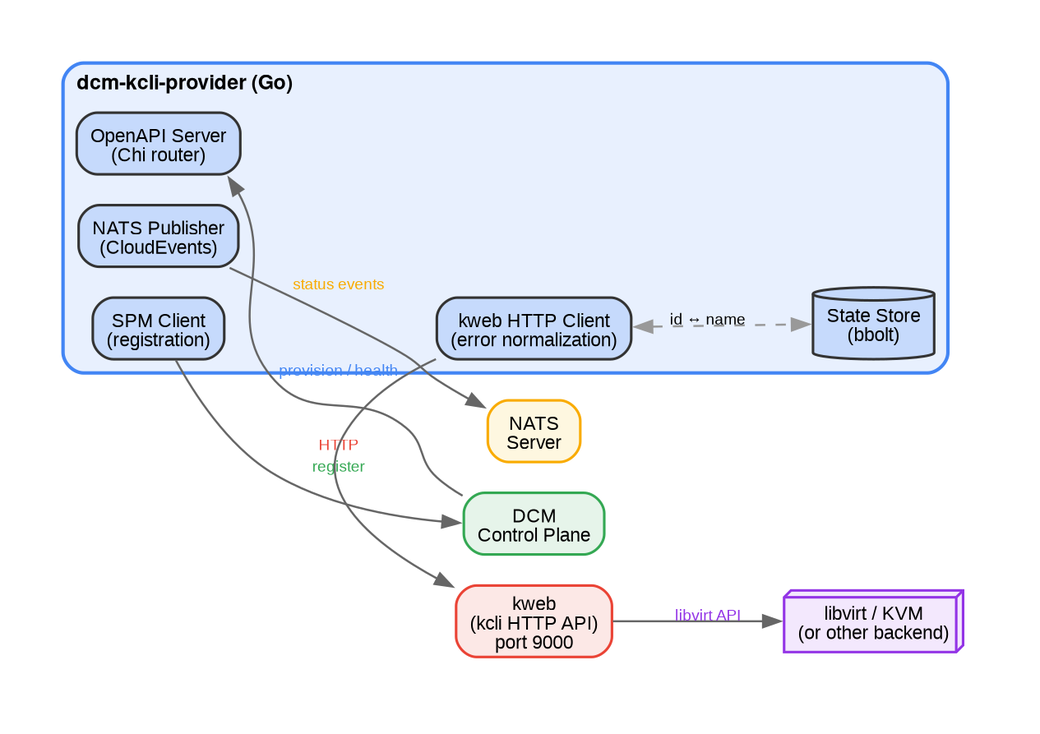
Earlier version of the Graphviz export docs/architecture-overview.png (pgarciaq/dcm-kcli-provider). Its source is kept beside it as docs/architecture-overview.dot. Its diagram source:
```dot
digraph architecture_overview {
    rankdir=LR
    bgcolor="transparent"
    dpi=96
    pad=0.4

    node [
        fontname="Helvetica"
        fontsize=11
        style="filled,rounded"
        shape=box
        fillcolor="#f5f5f5"
        color="#333333"
        penwidth=1.5
    ]

    edge [
        fontname="Helvetica"
        fontsize=9
        color="#666666"
        penwidth=1.2
    ]

    subgraph cluster_sp {
        label="dcm-kcli-provider (Go)"
        labeljust=l
        fontname="Helvetica,Bold"
        fontsize=12
        style="filled,rounded"
        fillcolor="#e8f0fe"
        color="#4285f4"
        penwidth=2

        server [
            label="OpenAPI Server\n(Chi router)"
            fillcolor="#c6dafc"
        ]
        spm_client [
            label="SPM Client\n(registration)"
            fillcolor="#c6dafc"
        ]
        kweb_client [
            label="kweb HTTP Client\n(error normalization)"
            fillcolor="#c6dafc"
        ]
        nats_client [
            label="NATS Publisher\n(CloudEvents)"
            fillcolor="#c6dafc"
        ]
        store [
            label="State Store\n(bbolt)"
            shape=cylinder
            fillcolor="#c6dafc"
        ]
    }

    subgraph cluster_external {
        rank=same
        label=""
        style=invis

        kweb [
            label="kweb\n(kcli HTTP API)\nport 9000"
            fillcolor="#fce8e6"
            color="#ea4335"
        ]
        dcm [
            label="DCM\nControl Plane"
            fillcolor="#e6f4ea"
            color="#34a853"
        ]
        nats [
            label="NATS\nServer"
            fillcolor="#fef7e0"
            color="#f9ab00"
        ]
        hypervisor [
            label="libvirt / KVM\n(or other backend)"
            shape=box3d
            fillcolor="#f3e8fd"
            color="#9334e6"
        ]
    }

    server -> kweb_client [style=invis]
    kweb_client -> kweb [label="  HTTP  " fontcolor="#ea4335"]
    kweb -> hypervisor [label="  libvirt API  " fontcolor="#9334e6"]
    spm_client -> dcm [label="  register  " fontcolor="#34a853"]
    nats_client -> nats [label="  status events  " fontcolor="#f9ab00"]
    dcm -> server [label="  provision / health  " fontcolor="#4285f4"]
    kweb_client -> store [dir=both style=dashed color="#999999" label="  id ↔ name  "]
}
```
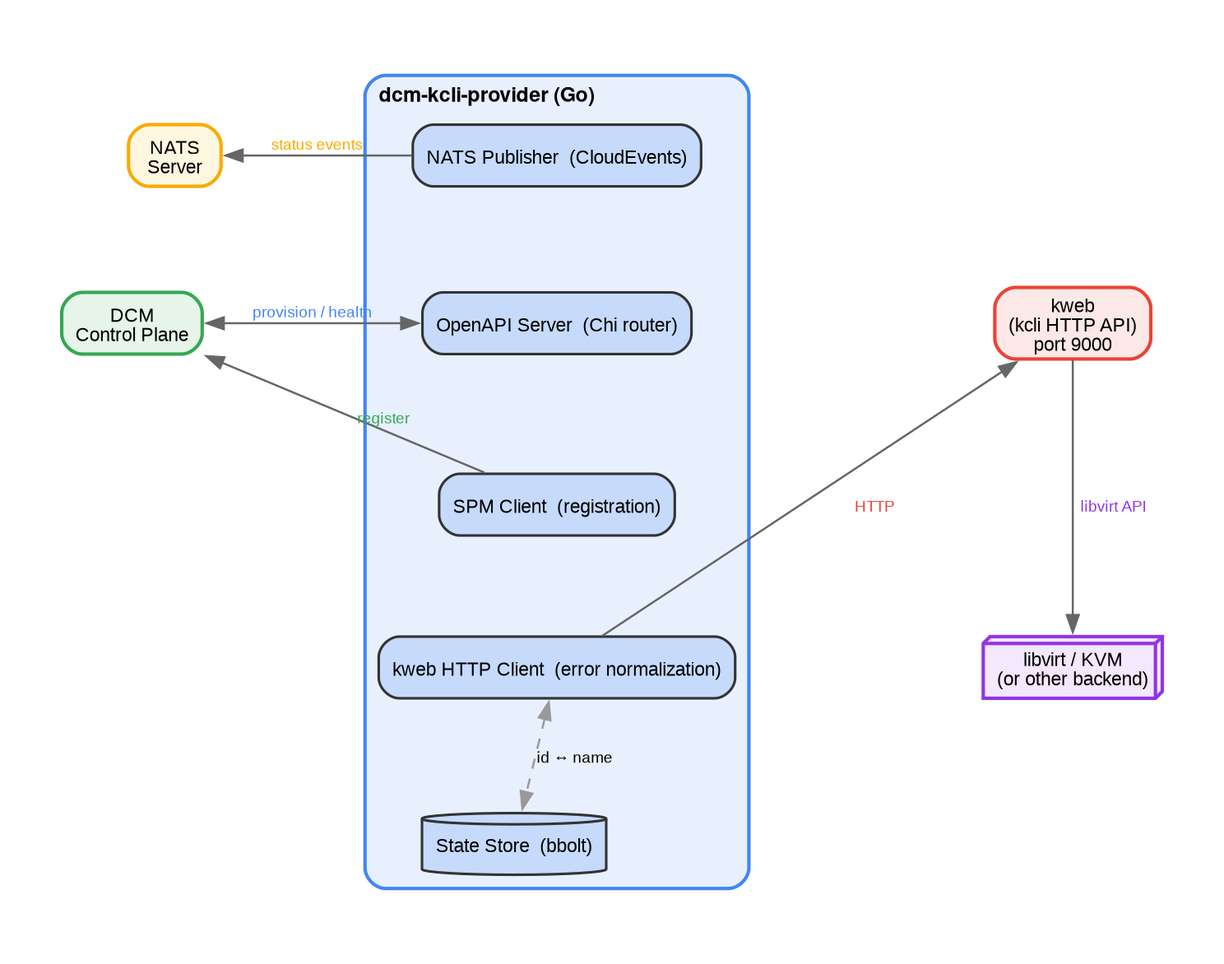
The same file after the commit.

Commit message:
Rearrange architecture overview diagram layout

Move NATS Publisher to the top of the SP box, NATS Server and DCM
Control Plane to the left, kweb and hypervisor to the right. Switch
from LR to TB layout with rank constraints for horizontal alignment.

Made-with: Cursor

What changed in the source:
```diff
@@ -1,8 +1,10 @@
 digraph architecture_overview {
-    rankdir=LR
     bgcolor="transparent"
     dpi=96
-    pad=0.4
+    pad=0.5
+    nodesep=0.7
+    ranksep=0.8
+    newrank=true
 
     node [
         fontname="Helvetica"
@@ -21,6 +23,19 @@
         penwidth=1.2
     ]
 
+    nats [
+        label="NATS\nServer"
+        fillcolor="#fef7e0"
+        color="#f9ab00"
+        penwidth=2
+    ]
+    dcm [
+        label="DCM\nControl Plane"
+        fillcolor="#e6f4ea"
+        color="#34a853"
+        penwidth=2
+    ]
+
     subgraph cluster_sp {
         label="dcm-kcli-provider (Go)"
         labeljust=l
@@ -31,62 +46,55 @@
         color="#4285f4"
         penwidth=2
 
+        nats_client [
+            label="NATS Publisher  (CloudEvents)"
+            fillcolor="#c6dafc"
+        ]
         server [
-            label="OpenAPI Server\n(Chi router)"
+            label="OpenAPI Server  (Chi router)"
             fillcolor="#c6dafc"
         ]
         spm_client [
-            label="SPM Client\n(registration)"
+            label="SPM Client  (registration)"
             fillcolor="#c6dafc"
         ]
         kweb_client [
-            label="kweb HTTP Client\n(error normalization)"
-            fillcolor="#c6dafc"
-        ]
-        nats_client [
-            label="NATS Publisher\n(CloudEvents)"
+            label="kweb HTTP Client  (error normalization)"
             fillcolor="#c6dafc"
         ]
         store [
-            label="State Store\n(bbolt)"
+            label="State Store  (bbolt)"
             shape=cylinder
             fillcolor="#c6dafc"
         ]
+
+        nats_client -> server -> spm_client -> kweb_client -> store [style=invis]
     }
 
-    subgraph cluster_external {
-        rank=same
-        label=""
-        style=invis
+    kweb [
+        label="kweb\n(kcli HTTP API)\nport 9000"
+        fillcolor="#fce8e6"
+        color="#ea4335"
+        penwidth=2
+    ]
+    hypervisor [
+        label="libvirt / KVM\n(or other backend)"
+        shape=box3d
+        fillcolor="#f3e8fd"
+        color="#9334e6"
+        penwidth=2
+    ]
 
-        kweb [
-            label="kweb\n(kcli HTTP API)\nport 9000"
-            fillcolor="#fce8e6"
-            color="#ea4335"
-        ]
-        dcm [
-            label="DCM\nControl Plane"
-            fillcolor="#e6f4ea"
-            color="#34a853"
-        ]
-        nats [
-            label="NATS\nServer"
-            fillcolor="#fef7e0"
-            color="#f9ab00"
-        ]
-        hypervisor [
-            label="libvirt / KVM\n(or other backend)"
-            shape=box3d
-            fillcolor="#f3e8fd"
-            color="#9334e6"
-        ]
-    }
+    { rank=same; nats; nats_client }
+    { rank=same; dcm; server; kweb }
+    { rank=same; kweb_client; hypervisor }
 
-    server -> kweb_client [style=invis]
-    kweb_client -> kweb [label="  HTTP  " fontcolor="#ea4335"]
+    nats_client -> nats [label="  status events  " fontcolor="#f9ab00"]
+    dcm -> server [label="  provision / health  " fontcolor="#4285f4" dir=both]
+    spm_client -> dcm [label="register  " fontcolor="#34a853" constraint=false]
+
+    kweb_client -> kweb [label="  HTTP  " fontcolor="#ea4335" constraint=false]
     kweb -> hypervisor [label="  libvirt API  " fontcolor="#9334e6"]
-    spm_client -> dcm [label="  register  " fontcolor="#34a853"]
-    nats_client -> nats [label="  status events  " fontcolor="#f9ab00"]
-    dcm -> server [label="  provision / health  " fontcolor="#4285f4"]
-    kweb_client -> store [dir=both style=dashed color="#999999" label="  id ↔ name  "]
+
+    kweb_client -> store [dir=both style=dashed color="#999999" label="id ↔ name"]
 }
```
